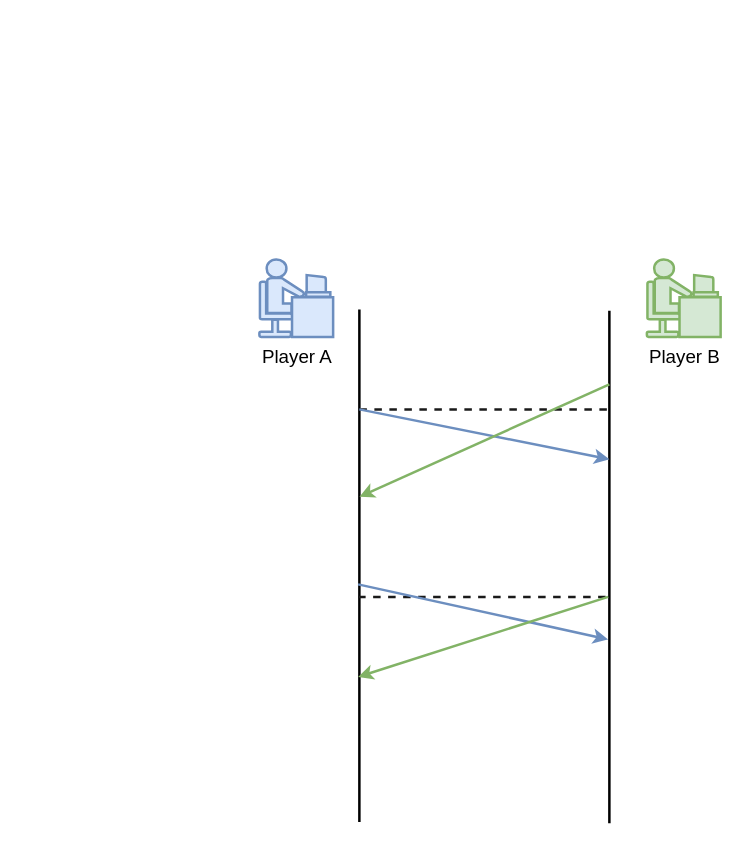
Earlier version of the draw.io diagram page "Problem statement" (3 of 9) of booming/Booming 104ppt-17.drawio (yrdimple/flowChart). Source tidied: cells renumbered, new cells numbered last; positions are measured from the earlier drawing's top-left corner, leaving out a move shared by most shapes. Both pictures are drawn from the tidied source at 125%, with x=0, y=0 at pixel (21, 21).
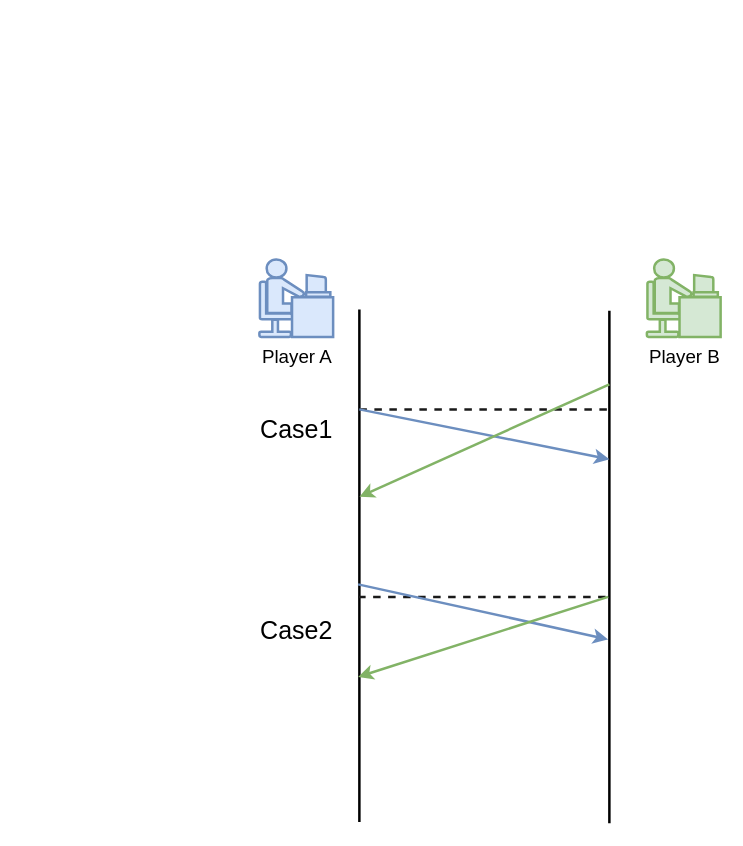
Above is the later version.

The edit, as a diff of the source:
```diff
@@
+    <mxCell id="13" value="&lt;font color=&quot;#000000&quot; style=&quot;font-size: 20px;&quot;&gt;Case1&lt;/font&gt;" style="text;html=1;strokeColor=none;fillColor=none;align=center;verticalAlign=middle;whiteSpace=wrap;rounded=0;fontColor=#FF3333;" parent="1" vertex="1">
+      <mxGeometry x="190" y="310" width="60" height="30" as="geometry" />
+    </mxCell>
+    <mxCell id="14" value="&lt;font color=&quot;#000000&quot; style=&quot;font-size: 20px;&quot;&gt;Case2&lt;br&gt;&lt;/font&gt;" style="text;html=1;strokeColor=none;fillColor=none;align=center;verticalAlign=middle;whiteSpace=wrap;rounded=0;fontColor=#FF3333;" parent="1" vertex="1">
+      <mxGeometry x="190" y="471" width="60" height="30" as="geometry" />
+    </mxCell>
```
